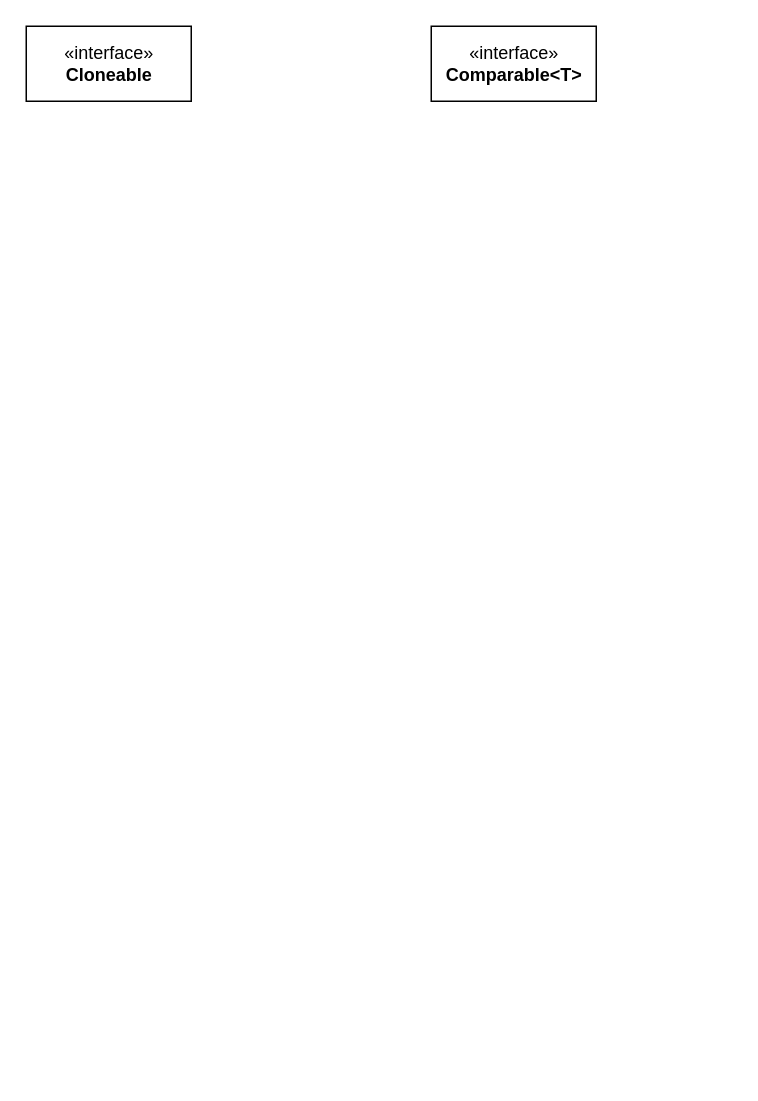
Earlier version of the draw.io diagram page "基础" (1 of 18) of JDK.drawio (tadsimons/draw). Source tidied: cells renumbered, new cells numbered last; positions are measured from the earlier drawing's top-left corner, leaving out a move shared by most shapes. Both pictures are drawn from the tidied source at 150%, with x=0, y=0 at pixel (26, 26).
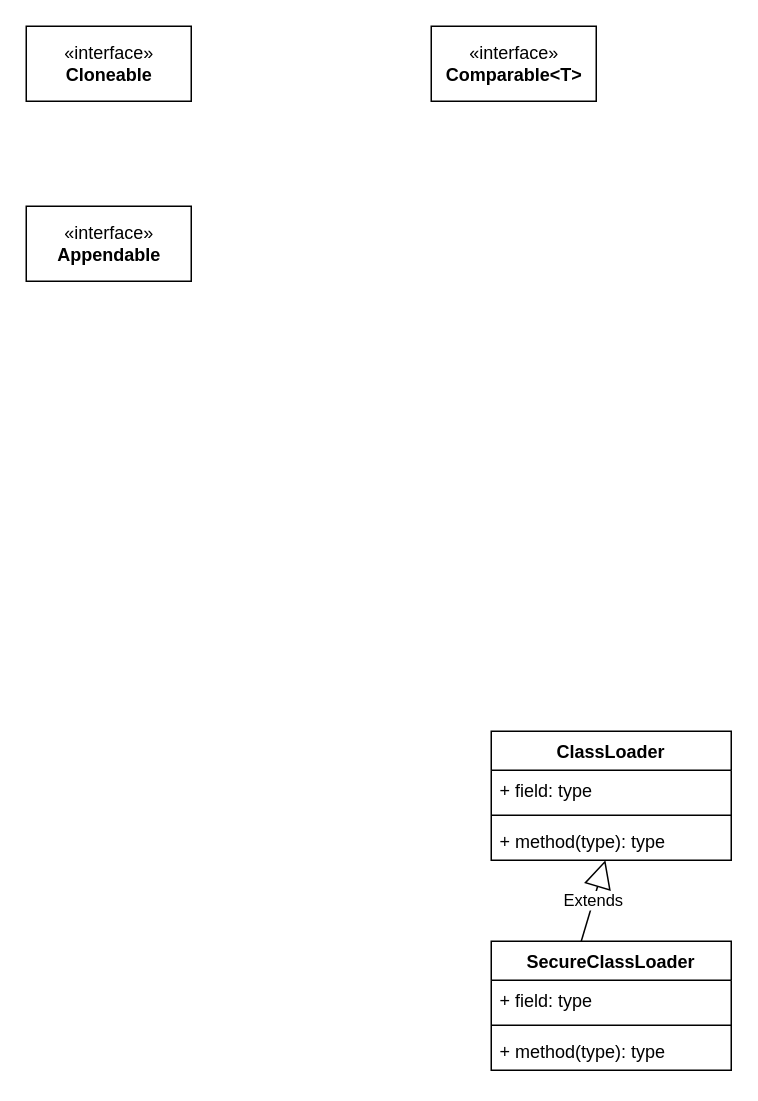
The same page after the edit.

Diff of the diagram source:
```diff
@@
 <mxGraphModel>
   <root>
     <mxCell id="0" />
     <mxCell id="1" parent="0" />
     <mxCell id="2" value="«interface»&lt;br&gt;&lt;b&gt;Cloneable&lt;/b&gt;" style="html=1;" parent="1" vertex="1">
       <mxGeometry width="110" height="50" as="geometry" />
     </mxCell>
     <mxCell id="3" value="«interface»&lt;br&gt;&lt;b&gt;Comparable&amp;lt;T&amp;gt;&lt;/b&gt;" style="html=1;" parent="1" vertex="1">
       <mxGeometry x="270" width="110" height="50" as="geometry" />
     </mxCell>
+    <mxCell id="4" value="«interface»&lt;br&gt;&lt;b&gt;Appendable&lt;/b&gt;" style="html=1;fillColor=#FFFFFF;" parent="1" vertex="1">
+      <mxGeometry y="120" width="110" height="50" as="geometry" />
+    </mxCell>
+    <mxCell id="5" value="ClassLoader" style="swimlane;fontStyle=1;align=center;verticalAlign=top;horizontal=1;startSize=26;fillColor=#FFFFFF;" parent="1" vertex="1">
+      <mxGeometry x="310" y="470" width="160" height="86" as="geometry" />
+    </mxCell>
+    <mxCell id="6" value="+ field: type" style="text;strokeColor=none;fillColor=none;align=left;verticalAlign=top;spacingLeft=4;spacingRight=4;overflow=hidden;" parent="5" vertex="1">
+      <mxGeometry y="26" width="160" height="26" as="geometry" />
+    </mxCell>
+    <mxCell id="7" style="line;strokeWidth=1;fillColor=none;align=left;verticalAlign=middle;spacingTop=-1;spacingLeft=3;spacingRight=3;labelPosition=right;" parent="5" vertex="1">
+      <mxGeometry y="52" width="160" height="8" as="geometry" />
+    </mxCell>
+    <mxCell id="8" value="+ method(type): type" style="text;strokeColor=none;fillColor=none;align=left;verticalAlign=top;spacingLeft=4;spacingRight=4;overflow=hidden;points=[[0,0.5],[1,0.5]];portConstraint=eastwest;" parent="5" vertex="1">
+      <mxGeometry y="60" width="160" height="26" as="geometry" />
+    </mxCell>
+    <mxCell id="9" value="SecureClassLoader" style="swimlane;fontStyle=1;align=center;verticalAlign=top;horizontal=1;startSize=26;fillColor=#FFFFFF;" parent="1" vertex="1">
+      <mxGeometry x="310" y="610" width="160" height="86" as="geometry" />
+    </mxCell>
+    <mxCell id="10" value="Extends" style="endArrow=block;endSize=16;endFill=0;html=1;" parent="9" edge="1" target="8">
+      <mxGeometry relative="1" as="geometry">
+        <mxPoint x="60" as="sourcePoint" />
+      </mxGeometry>
+    </mxCell>
+    <mxCell id="11" value="+ field: type" style="text;strokeColor=none;fillColor=none;align=left;verticalAlign=top;spacingLeft=4;spacingRight=4;overflow=hidden;" parent="9" vertex="1">
+      <mxGeometry y="26" width="160" height="26" as="geometry" />
+    </mxCell>
+    <mxCell id="12" style="line;strokeWidth=1;fillColor=none;align=left;verticalAlign=middle;spacingTop=-1;spacingLeft=3;spacingRight=3;labelPosition=right;" parent="9" vertex="1">
+      <mxGeometry y="52" width="160" height="8" as="geometry" />
+    </mxCell>
+    <mxCell id="13" value="+ method(type): type" style="text;strokeColor=none;fillColor=none;align=left;verticalAlign=top;spacingLeft=4;spacingRight=4;overflow=hidden;" parent="9" vertex="1">
+      <mxGeometry y="60" width="160" height="26" as="geometry" />
+    </mxCell>
   </root>
 </mxGraphModel>
```
